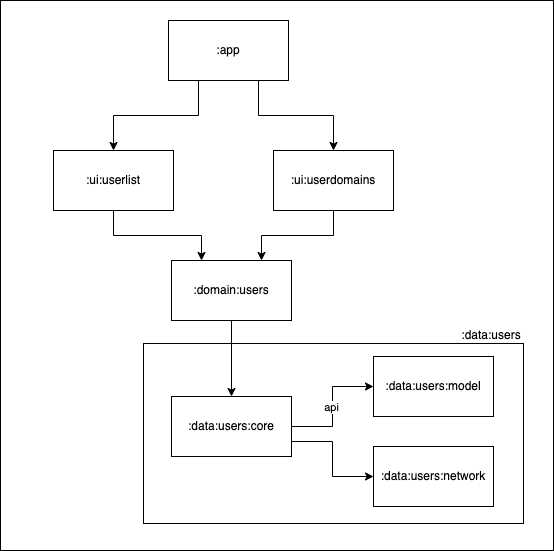
Before: docs/arch2.png, a diagram exported from draw.io (burnoo/DemoListApp). Source tidied: cells renumbered, new cells last; positions are measured from the earlier drawing's top-left corner, leaving out a move shared by most shapes.
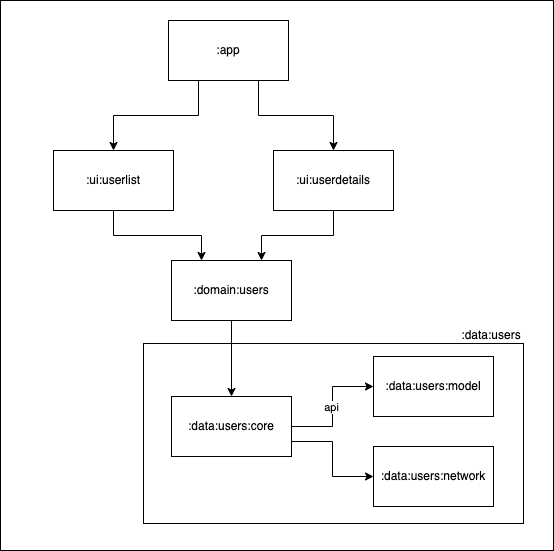
The same file after the commit.

Diff of the diagram source:
```diff
@@ -23,7 +23,7 @@
     <mxCell id="8" style="edgeStyle=orthogonalEdgeStyle;rounded=0;jettySize=auto;html=1;exitX=0.5;exitY=1;exitDx=0;exitDy=0;entryX=0.75;entryY=0;entryDx=0;entryDy=0;" parent="1" edge="1" source="9" target="19">
       <mxGeometry relative="1" as="geometry" />
     </mxCell>
-    <mxCell id="9" value=":ui:userdomains" style="rounded=0;whiteSpace=wrap;html=1;" parent="1" vertex="1">
+    <mxCell id="9" value=":ui:userdetails" style="rounded=0;whiteSpace=wrap;html=1;" parent="1" vertex="1">
       <mxGeometry x="273" y="150" width="120" height="60" as="geometry" />
     </mxCell>
     <mxCell id="10" style="rounded=0;whiteSpace=wrap;html=1;fillColor=none;" parent="1" vertex="1">
```
